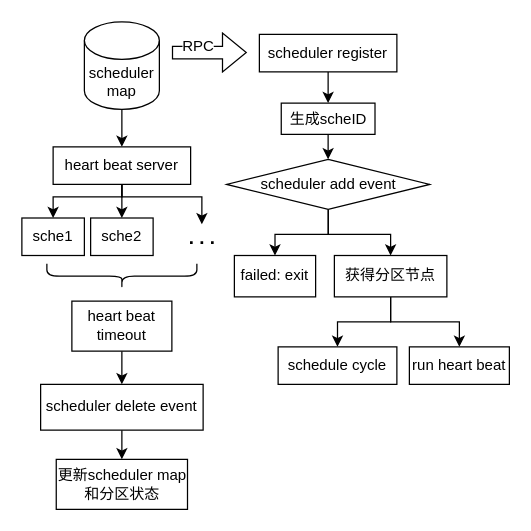
This is page "Page-2" (2 of 4) of 毕业设计/各个功能模块的实现.drawio from AgentGuo/flow_chart, a draw.io file, before an edit. Source tidied: cells renumbered, new cells numbered last; positions are measured from the earlier drawing's top-left corner, leaving out a move shared by most shapes. Both pictures are drawn from the tidied source at 125%, with x=0, y=0 at pixel (21, 21).
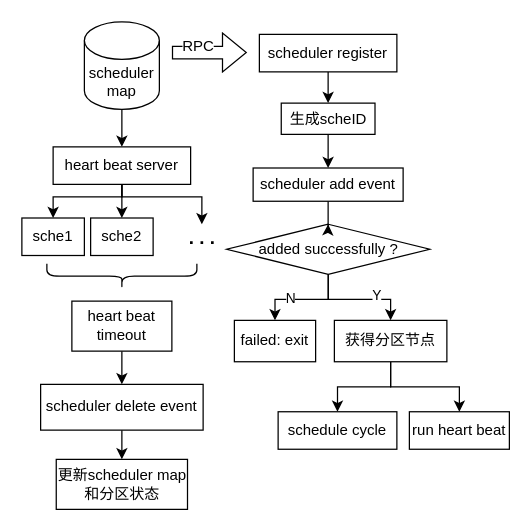
The same diagram, later.

The change refers to these unchanged cells:
```xml
<mxCell id="13" value="生成scheID" style="whiteSpace=wrap;html=1;rounded=0;" parent="1" vertex="1">
  <mxGeometry x="207.5" y="65" width="75" height="25" as="geometry" />
</mxCell>
<mxCell id="14" style="edgeStyle=orthogonalEdgeStyle;rounded=0;jettySize=auto;html=1;fontSize=12;" parent="1" edge="1" source="16" target="17">
  <mxGeometry relative="1" as="geometry" />
</mxCell>
<mxCell id="15" style="edgeStyle=orthogonalEdgeStyle;rounded=0;jettySize=auto;html=1;fontSize=12;" parent="1" edge="1" source="16" target="20">
  <mxGeometry relative="1" as="geometry" />
</mxCell>
```

The edit, as a diff of the source:
```diff
@@
-    <mxCell id="12" style="edgeStyle=orthogonalEdgeStyle;rounded=0;jettySize=auto;html=1;entryX=0.5;entryY=0;entryDx=0;entryDy=0;fontSize=12;" parent="1" edge="1" source="13" target="16">
-      <mxGeometry relative="1" as="geometry" />
-    </mxCell>
+    <mxCell id="32" style="edgeStyle=orthogonalEdgeStyle;rounded=0;jettySize=auto;html=1;entryX=0.5;entryY=0;entryDx=0;entryDy=0;" parent="1" edge="1" source="13" target="36">
+      <mxGeometry relative="1" as="geometry" />
+    </mxCell>
@@
+    <mxCell id="33" value="N" style="edgeLabel;html=1;align=center;verticalAlign=middle;" parent="14" vertex="1">
+      <mxGeometry x="0.28" y="-1" relative="1" as="geometry" />
+    </mxCell>
@@
+    <mxCell id="34" value="Y" style="edgeLabel;html=1;align=center;verticalAlign=middle;" parent="15" vertex="1">
+      <mxGeometry x="-0.18" y="3" relative="1" as="geometry">
+        <mxPoint x="22" as="offset" />
+      </mxGeometry>
+    </mxCell>
-    <mxCell id="16" value="&lt;span&gt;scheduler add event&lt;/span&gt;" style="rhombus;whiteSpace=wrap;html=1;rounded=0;" parent="1" vertex="1">
-      <mxGeometry x="163.8" y="110" width="162.5" height="40" as="geometry" />
+    <mxCell id="16" value="added successfully ?" style="rhombus;whiteSpace=wrap;html=1;rounded=0;" parent="1" vertex="1">
+      <mxGeometry x="163.8" y="161.9" width="162.5" height="40" as="geometry" />
     </mxCell>
     <mxCell id="17" value="failed: exit" style="whiteSpace=wrap;html=1;rounded=0;" parent="1" vertex="1">
-      <mxGeometry x="170" y="186.9" width="65" height="33.1" as="geometry" />
+      <mxGeometry x="170" y="238.8" width="65" height="33.1" as="geometry" />
     </mxCell>
@@
     <mxCell id="20" value="获得分区节点" style="whiteSpace=wrap;html=1;rounded=0;" parent="1" vertex="1">
-      <mxGeometry x="250" y="186.9" width="90" height="33.1" as="geometry" />
+      <mxGeometry x="250" y="238.8" width="90" height="33.1" as="geometry" />
     </mxCell>
     <mxCell id="21" value="schedule cycle" style="whiteSpace=wrap;html=1;rounded=0;" parent="1" vertex="1">
-      <mxGeometry x="205" y="260" width="95" height="30" as="geometry" />
+      <mxGeometry x="205" y="311.9" width="95" height="30" as="geometry" />
     </mxCell>
     <mxCell id="22" value="run heart beat" style="whiteSpace=wrap;html=1;rounded=0;" parent="1" vertex="1">
-      <mxGeometry x="310" y="260" width="80" height="30" as="geometry" />
+      <mxGeometry x="310" y="311.9" width="80" height="30" as="geometry" />
     </mxCell>
@@
+    <mxCell id="35" style="edgeStyle=orthogonalEdgeStyle;rounded=0;jettySize=auto;html=1;entryX=0.5;entryY=0;entryDx=0;entryDy=0;" parent="1" edge="1" source="36" target="16">
+      <mxGeometry relative="1" as="geometry" />
+    </mxCell>
+    <mxCell id="36" value="&lt;span style=&quot;&quot;&gt;scheduler add event&lt;/span&gt;" style="rounded=0;whiteSpace=wrap;html=1;" parent="1" vertex="1">
+      <mxGeometry x="185" y="116.9" width="120" height="26.6" as="geometry" />
+    </mxCell>
```
